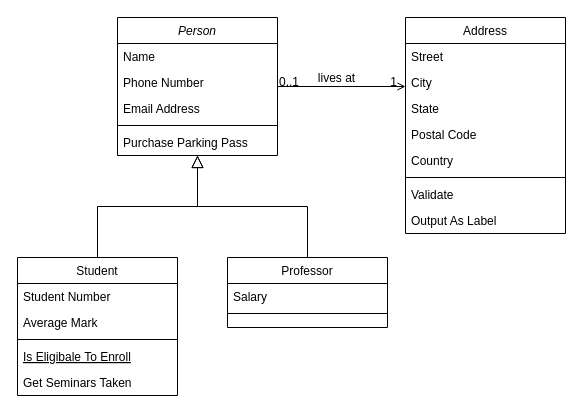
Earlier version of the draw.io diagram Untitled Diagram.drawio (gitmeeran/javascript-course). Source tidied: cells renumbered, new cells numbered last; positions are measured from the earlier drawing's top-left corner, leaving out a move shared by most shapes. Both pictures are drawn from the tidied source at 100%, with x=0, y=0 at pixel (17, 17).
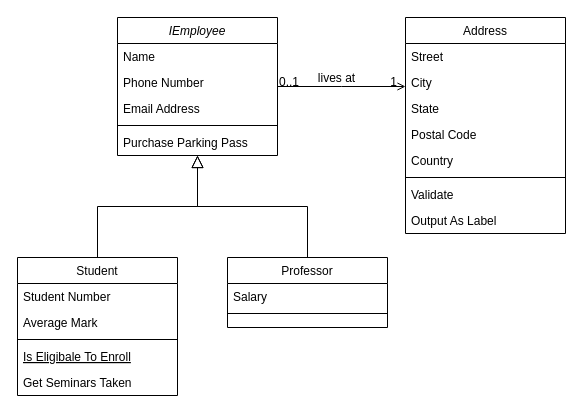
Above is the later version.

Diff of the diagram source:
```diff
@@
-    <mxCell id="2" value="Person" style="swimlane;fontStyle=2;align=center;verticalAlign=top;horizontal=1;startSize=26;rounded=0;shadow=0;strokeWidth=1;" parent="1" vertex="1">
+    <mxCell id="2" value="IEmployee" style="swimlane;fontStyle=2;align=center;verticalAlign=top;horizontal=1;startSize=26;rounded=0;shadow=0;strokeWidth=1;" parent="1" vertex="1">
       <mxGeometry x="100" width="160" height="138" as="geometry" />
     </mxCell>
```
